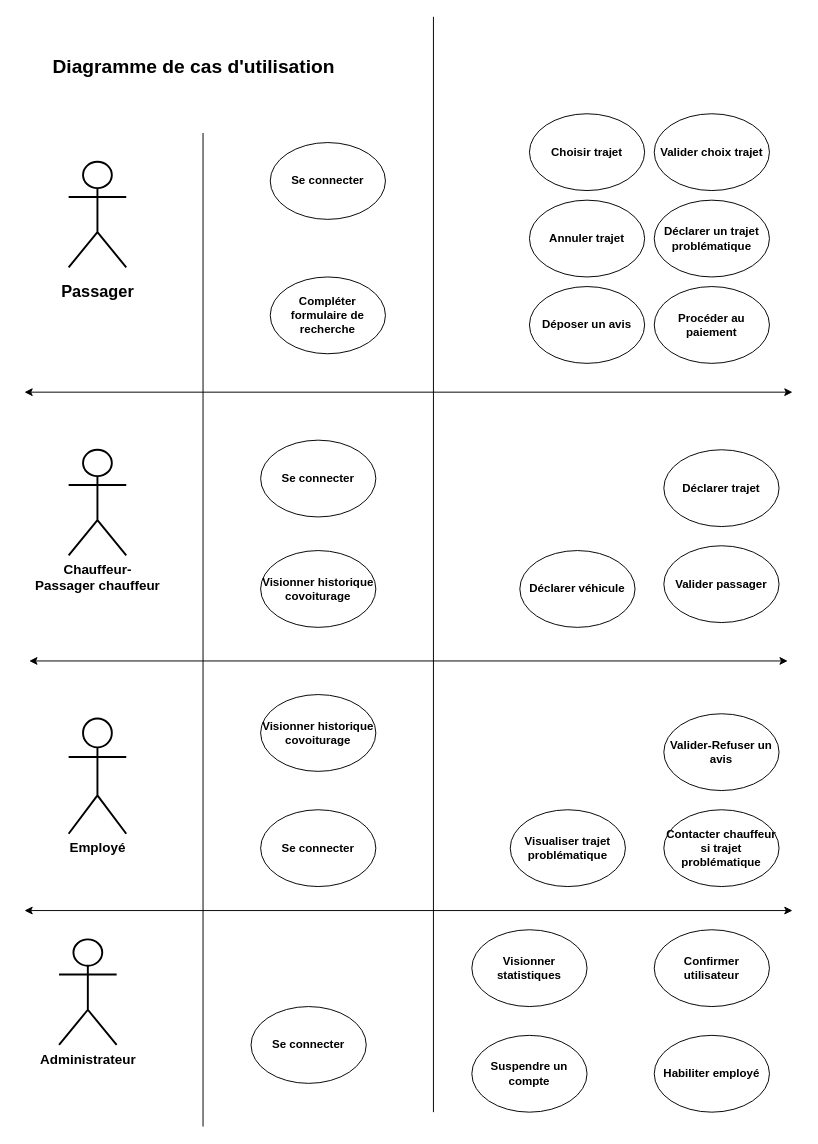
The draw.io diagram Diagramme cas d'utilisation.drawio in Rachidit/Rachidit, before the edit. Source tidied: cells renumbered, new cells numbered last; positions are measured from the earlier drawing's top-left corner, leaving out a move shared by most shapes. Both pictures are drawn from the tidied source at 96%, with x=0, y=0 at pixel (24, 16).
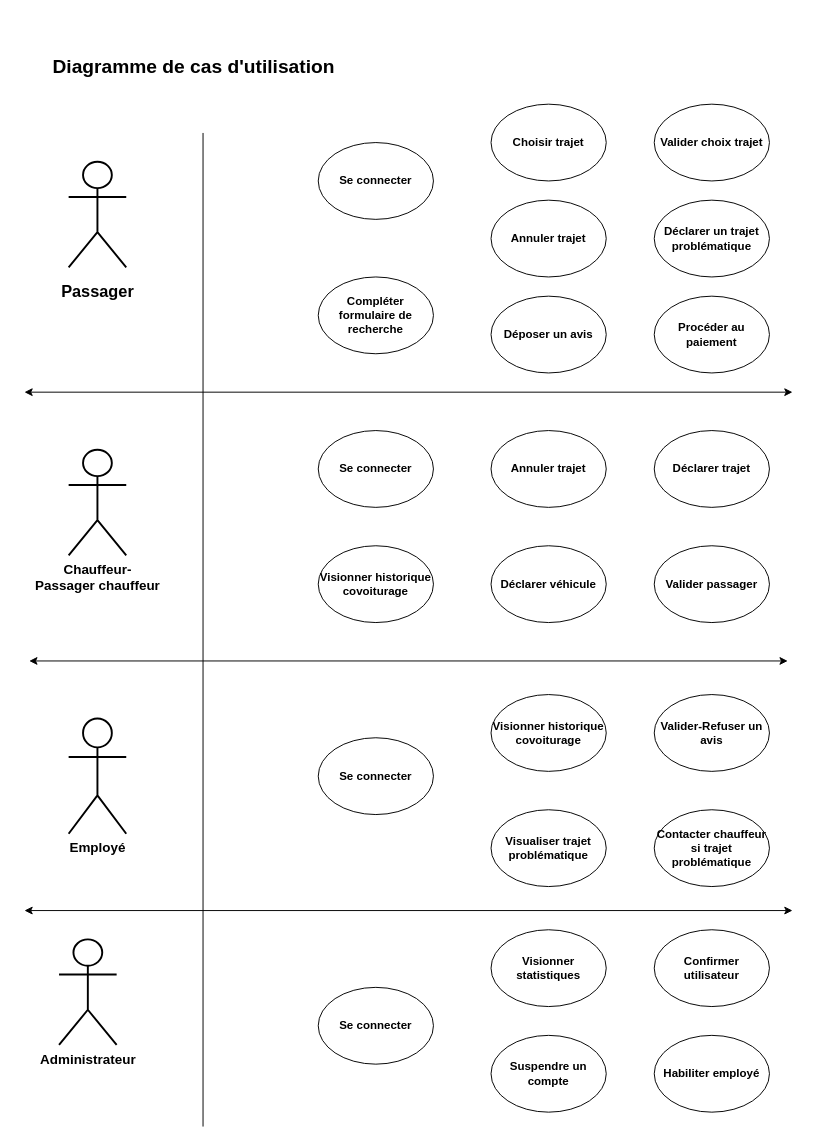
Above is the later version.

Commit message:
Mettre à jour Diagramme cas d'utilisation.drawio

The edit, as a diff of the source:
```diff
@@
     <mxCell id="7" value="&lt;b&gt;Déposer un avis&lt;/b&gt;" style="ellipse;whiteSpace=wrap;html=1;fillColor=none;" parent="1" vertex="1">
-      <mxGeometry x="526" y="281" width="120" height="80" as="geometry" />
+      <mxGeometry x="486" y="291" width="120" height="80" as="geometry" />
     </mxCell>
     <mxCell id="8" value="&lt;b&gt;Visionner historique covoiturage&lt;/b&gt;" style="ellipse;whiteSpace=wrap;html=1;fillColor=none;" parent="1" vertex="1">
-      <mxGeometry x="246" y="556" width="120" height="80" as="geometry" />
+      <mxGeometry x="306" y="551" width="120" height="80" as="geometry" />
     </mxCell>
     <mxCell id="9" value="&lt;b&gt;Déclarer trajet&lt;/b&gt;" style="ellipse;whiteSpace=wrap;html=1;fillColor=none;" parent="1" vertex="1">
-      <mxGeometry x="666" y="451" width="120" height="80" as="geometry" />
+      <mxGeometry x="656" y="431" width="120" height="80" as="geometry" />
     </mxCell>
     <mxCell id="10" value="&lt;b&gt;Annuler trajet&lt;/b&gt;" style="ellipse;whiteSpace=wrap;html=1;fillColor=none;" parent="1" vertex="1">
-      <mxGeometry x="526" y="191" width="120" height="80" as="geometry" />
+      <mxGeometry x="486" y="191" width="120" height="80" as="geometry" />
     </mxCell>
     <mxCell id="11" value="&lt;b&gt;Choisir trajet&lt;/b&gt;" style="ellipse;whiteSpace=wrap;html=1;fillColor=none;" parent="1" vertex="1">
-      <mxGeometry x="526" y="101" width="120" height="80" as="geometry" />
+      <mxGeometry x="486" y="91" width="120" height="80" as="geometry" />
     </mxCell>
     <mxCell id="12" value="&lt;b&gt;Compléter formulaire de recherche&lt;/b&gt;" style="ellipse;whiteSpace=wrap;html=1;fillColor=none;" parent="1" vertex="1">
-      <mxGeometry x="256" y="271" width="120" height="80" as="geometry" />
+      <mxGeometry x="306" y="271" width="120" height="80" as="geometry" />
     </mxCell>
@@
     <mxCell id="14" value="&lt;b&gt;Valider choix trajet&lt;/b&gt;" style="ellipse;whiteSpace=wrap;html=1;fillColor=none;" parent="1" vertex="1">
-      <mxGeometry x="656" y="101" width="120" height="80" as="geometry" />
+      <mxGeometry x="656" y="91" width="120" height="80" as="geometry" />
     </mxCell>
     <mxCell id="15" value="&lt;b&gt;Se connecter&lt;br&gt;&lt;/b&gt;" style="ellipse;whiteSpace=wrap;html=1;fillColor=none;" parent="1" vertex="1">
-      <mxGeometry x="246" y="441" width="120" height="80" as="geometry" />
+      <mxGeometry x="306" y="431" width="120" height="80" as="geometry" />
     </mxCell>
     <mxCell id="16" value="&lt;b&gt;Valider-Refuser un avis&lt;/b&gt;" style="ellipse;whiteSpace=wrap;html=1;fillColor=none;" parent="1" vertex="1">
-      <mxGeometry x="666" y="726" width="120" height="80" as="geometry" />
+      <mxGeometry x="656" y="706" width="120" height="80" as="geometry" />
     </mxCell>
     <mxCell id="17" value="&lt;b&gt;Visualiser trajet problématique&lt;/b&gt;" style="ellipse;whiteSpace=wrap;html=1;fillColor=none;" parent="1" vertex="1">
-      <mxGeometry x="506" y="826" width="120" height="80" as="geometry" />
+      <mxGeometry x="486" y="826" width="120" height="80" as="geometry" />
     </mxCell>
@@
     <mxCell id="19" value="&lt;b&gt;Visionner statistiques&lt;/b&gt;" style="ellipse;whiteSpace=wrap;html=1;fillColor=none;" parent="1" vertex="1">
-      <mxGeometry x="466" y="951" width="120" height="80" as="geometry" />
+      <mxGeometry x="486" y="951" width="120" height="80" as="geometry" />
     </mxCell>
     <mxCell id="20" value="&lt;b&gt;Contacter chauffeur si trajet problématique&lt;/b&gt;" style="ellipse;whiteSpace=wrap;html=1;fillColor=none;" parent="1" vertex="1">
-      <mxGeometry x="666" y="826" width="120" height="80" as="geometry" />
+      <mxGeometry x="656" y="826" width="120" height="80" as="geometry" />
     </mxCell>
     <mxCell id="21" value="&lt;b&gt;Valider passager&lt;/b&gt;" style="ellipse;whiteSpace=wrap;html=1;fillColor=none;" parent="1" vertex="1">
-      <mxGeometry x="666" y="551" width="120" height="80" as="geometry" />
+      <mxGeometry x="656" y="551" width="120" height="80" as="geometry" />
     </mxCell>
     <mxCell id="22" value="&lt;b&gt;Suspendre un compte&lt;/b&gt;" style="ellipse;whiteSpace=wrap;html=1;fillColor=none;" parent="1" vertex="1">
-      <mxGeometry x="466" y="1061" width="120" height="80" as="geometry" />
+      <mxGeometry x="486" y="1061" width="120" height="80" as="geometry" />
     </mxCell>
     <mxCell id="23" value="&lt;b&gt;Déclarer véhicule&lt;/b&gt;" style="ellipse;whiteSpace=wrap;html=1;fillColor=none;" parent="1" vertex="1">
-      <mxGeometry x="516" y="556" width="120" height="80" as="geometry" />
+      <mxGeometry x="486" y="551" width="120" height="80" as="geometry" />
     </mxCell>
     <mxCell id="24" value="&lt;b&gt;Procéder au paiement&lt;/b&gt;" style="ellipse;whiteSpace=wrap;html=1;fillColor=none;" parent="1" vertex="1">
-      <mxGeometry x="656" y="281" width="120" height="80" as="geometry" />
+      <mxGeometry x="656" y="291" width="120" height="80" as="geometry" />
     </mxCell>
-    <mxCell id="25" style="endArrow=none;html=1;rounded=0;" parent="1" edge="1">
-      <mxGeometry relative="1" as="geometry">
-        <mxPoint x="426" y="1141" as="sourcePoint" />
-        <mxPoint x="426" as="targetPoint" />
-      </mxGeometry>
-    </mxCell>
@@
     <mxCell id="30" value="&lt;b&gt;Visionner historique covoiturage&lt;/b&gt;" style="ellipse;whiteSpace=wrap;html=1;fillColor=none;" parent="1" vertex="1">
-      <mxGeometry x="246" y="706" width="120" height="80" as="geometry" />
+      <mxGeometry x="486" y="706" width="120" height="80" as="geometry" />
     </mxCell>
     <mxCell id="31" value="&lt;b&gt;Se connecter&lt;br&gt;&lt;/b&gt;" style="ellipse;whiteSpace=wrap;html=1;fillColor=none;" parent="1" vertex="1">
-      <mxGeometry x="256" y="131" width="120" height="80" as="geometry" />
+      <mxGeometry x="306" y="131" width="120" height="80" as="geometry" />
     </mxCell>
     <mxCell id="32" value="&lt;b&gt;Se connecter&lt;br&gt;&lt;/b&gt;" style="ellipse;whiteSpace=wrap;html=1;fillColor=none;" parent="1" vertex="1">
-      <mxGeometry x="246" y="826" width="120" height="80" as="geometry" />
+      <mxGeometry x="306" y="751" width="120" height="80" as="geometry" />
     </mxCell>
@@
     <mxCell id="34" value="&lt;b&gt;Se connecter&lt;br&gt;&lt;/b&gt;" style="ellipse;whiteSpace=wrap;html=1;fillColor=none;" parent="1" vertex="1">
-      <mxGeometry x="236" y="1031" width="120" height="80" as="geometry" />
+      <mxGeometry x="306" y="1011" width="120" height="80" as="geometry" />
     </mxCell>
+    <mxCell id="35" value="&lt;b&gt;Annuler trajet&lt;/b&gt;" style="ellipse;whiteSpace=wrap;html=1;fillColor=none;" parent="1" vertex="1">
+      <mxGeometry x="486" y="431" width="120" height="80" as="geometry" />
+    </mxCell>
```
